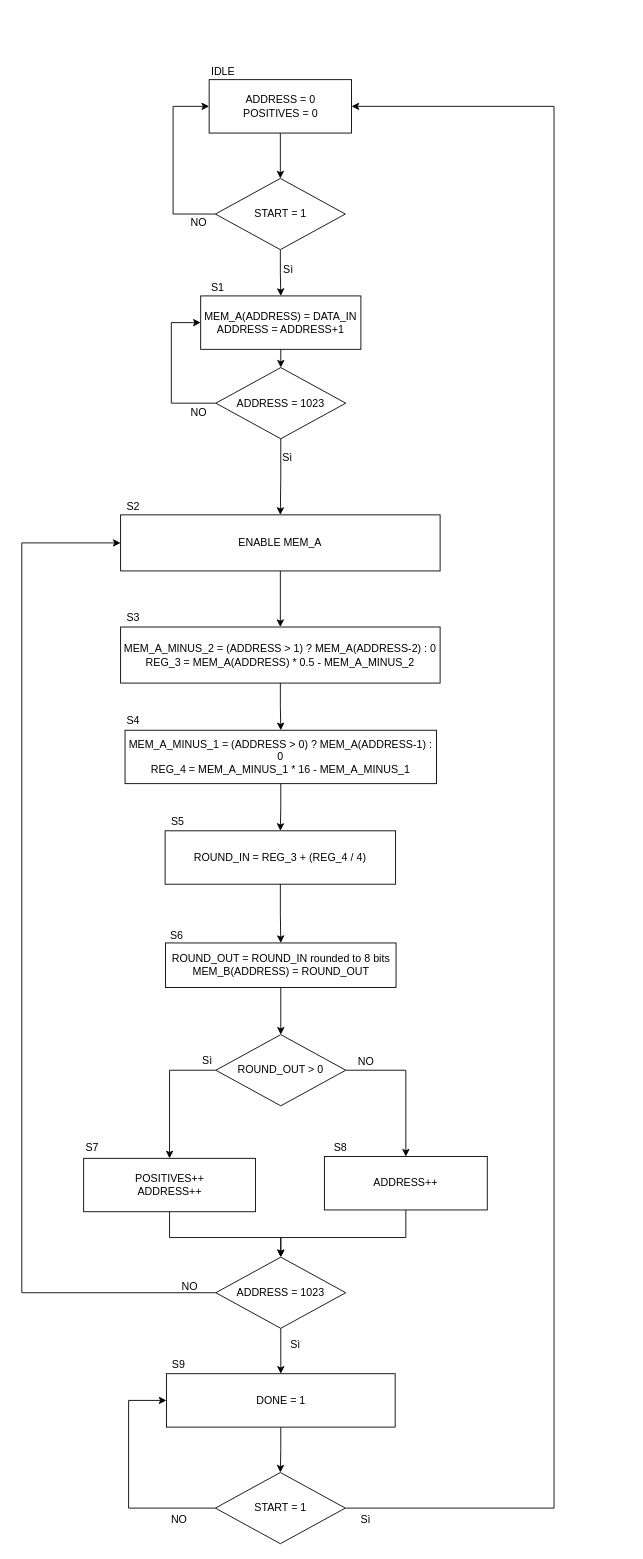
This is lab6/Algorithm ASM.drawio from leobel96/Polito-ESD-NeuralNetwork, a draw.io file, before an edit. Source tidied: cells renumbered, new cells numbered last; positions are measured from the earlier drawing's top-left corner, leaving out a move shared by most shapes. Both pictures are drawn from the tidied source at 89%, with x=0, y=0 at pixel (21, 62).
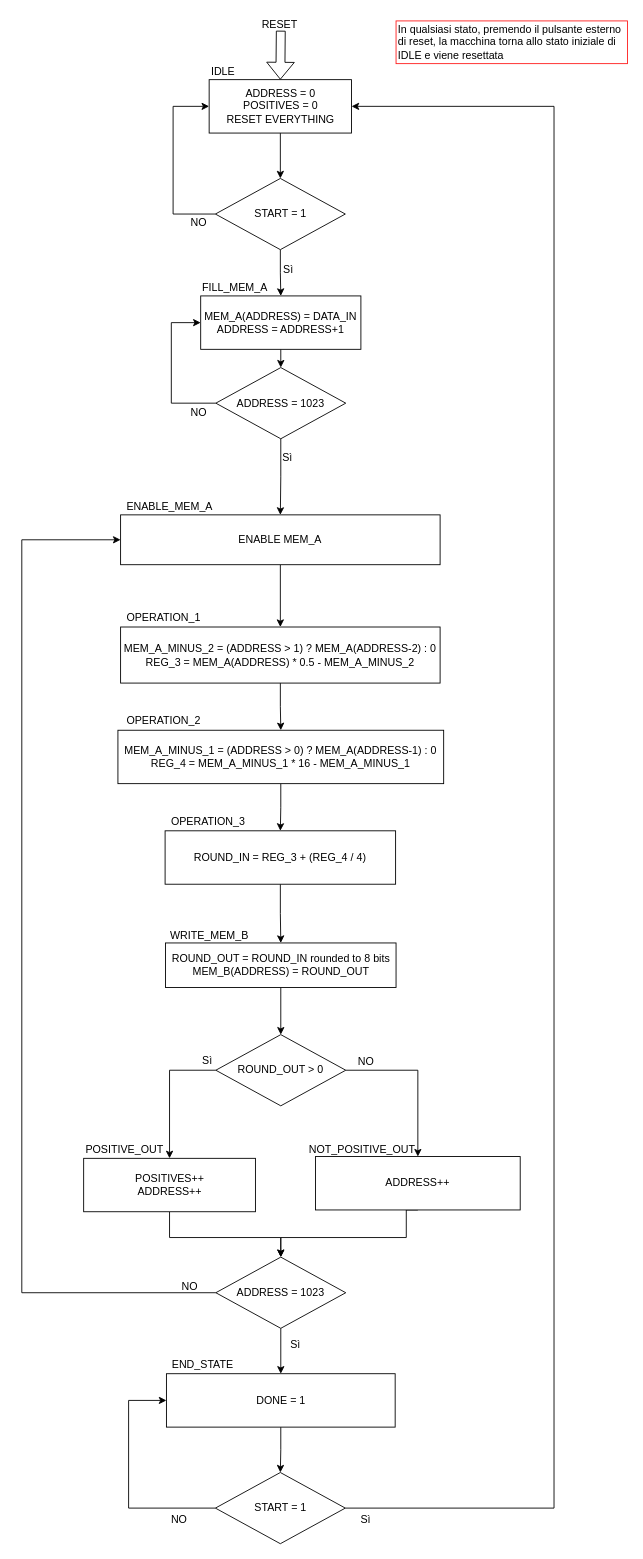
The same page after the edit.

Unchanged cells that the change refers to:
```xml
<mxCell id="21" value="ADDRESS = 1023" style="rhombus;whiteSpace=wrap;html=1;" parent="1" vertex="1">
  <mxGeometry x="218" y="1342" width="146" height="80" as="geometry" />
</mxCell>
```

Change to the diagram source:
```diff
@@
-    <mxCell id="3" value="&lt;div&gt;ADDRESS = 0&lt;/div&gt;&lt;div&gt;POSITIVES = 0&lt;br&gt;&lt;/div&gt;" style="rounded=0;whiteSpace=wrap;html=1;" parent="1" vertex="1">
+    <mxCell id="3" value="&lt;div&gt;ADDRESS = 0&lt;/div&gt;&lt;div&gt;POSITIVES = 0&lt;/div&gt;&lt;div&gt;RESET EVERYTHING&lt;/div&gt;" style="rounded=0;whiteSpace=wrap;html=1;" parent="1" vertex="1">
       <mxGeometry x="210.5" y="19" width="160" height="60" as="geometry" />
     </mxCell>
@@
-    <mxCell id="7" value="S1" style="text;html=1;align=left;verticalAlign=top;spacingTop=-4;" parent="1" vertex="1">
-      <mxGeometry x="210.5" y="243" width="30" height="20" as="geometry" />
+    <mxCell id="7" value="FILL_MEM_A" style="text;html=1;align=left;verticalAlign=top;spacingTop=-4;" parent="1" vertex="1">
+      <mxGeometry x="200.5" y="243" width="80" height="20" as="geometry" />
     </mxCell>
@@
     <mxCell id="15" value="&lt;div&gt;MEM_A_MINUS_1 = (ADDRESS &amp;gt; 0) ? MEM_A(ADDRESS-1) : 0&lt;/div&gt;&lt;div&gt;REG_4 = MEM_A_MINUS_1 * 16 - MEM_A_MINUS_1&lt;/div&gt;" style="rounded=0;whiteSpace=wrap;html=1;" parent="1" vertex="1">
-      <mxGeometry x="116" y="750" width="350" height="60" as="geometry" />
+      <mxGeometry x="108" y="750" width="366" height="60" as="geometry" />
     </mxCell>
@@
     <mxCell id="19" style="edgeStyle=orthogonalEdgeStyle;rounded=0;jettySize=auto;html=1;exitX=0;exitY=0.5;exitDx=0;exitDy=0;entryX=0;entryY=0.5;entryDx=0;entryDy=0;" parent="1" edge="1" source="21" target="55">
       <mxGeometry relative="1" as="geometry">
         <Array as="points">
           <mxPoint y="1382" />
-          <mxPoint y="540" />
+          <mxPoint y="536" />
         </Array>
       </mxGeometry>
     </mxCell>
@@
-    <mxCell id="32" value="S3" style="text;html=1;align=left;verticalAlign=top;spacingTop=-4;" parent="1" vertex="1">
-      <mxGeometry x="116" y="614" width="30" height="20" as="geometry" />
+    <mxCell id="32" value="OPERATION_1" style="text;html=1;align=left;verticalAlign=top;spacingTop=-4;" parent="1" vertex="1">
+      <mxGeometry x="116" y="614" width="100" height="20" as="geometry" />
     </mxCell>
-    <mxCell id="33" value="S4" style="text;html=1;align=left;verticalAlign=top;spacingTop=-4;" parent="1" vertex="1">
-      <mxGeometry x="116" y="730" width="30" height="20" as="geometry" />
+    <mxCell id="33" value="OPERATION_2" style="text;html=1;align=left;verticalAlign=top;spacingTop=-4;" parent="1" vertex="1">
+      <mxGeometry x="116" y="730" width="100" height="20" as="geometry" />
     </mxCell>
-    <mxCell id="34" value="S5" style="text;html=1;align=left;verticalAlign=top;spacingTop=-4;" parent="1" vertex="1">
-      <mxGeometry x="166" y="843" width="30" height="20" as="geometry" />
+    <mxCell id="34" value="OPERATION_3" style="text;html=1;align=left;verticalAlign=top;spacingTop=-4;" parent="1" vertex="1">
+      <mxGeometry x="166" y="843" width="100" height="20" as="geometry" />
     </mxCell>
@@
-    <mxCell id="42" value="S7" style="text;html=1;align=left;verticalAlign=top;spacingTop=-4;" parent="1" vertex="1">
-      <mxGeometry x="69.5" y="1208.5" width="30" height="20" as="geometry" />
+    <mxCell id="42" value="POSITIVE_OUT" style="text;html=1;align=left;verticalAlign=top;spacingTop=-4;" parent="1" vertex="1">
+      <mxGeometry x="69.5" y="1210.5" width="100" height="20" as="geometry" />
     </mxCell>
-    <mxCell id="43" value="S9" style="text;html=1;align=left;verticalAlign=top;spacingTop=-4;" parent="1" vertex="1">
-      <mxGeometry x="166.5" y="1453" width="30" height="20" as="geometry" />
+    <mxCell id="43" value="END_STATE" style="text;html=1;align=left;verticalAlign=top;spacingTop=-4;" parent="1" vertex="1">
+      <mxGeometry x="166.5" y="1453" width="80" height="20" as="geometry" />
     </mxCell>
@@
-    <mxCell id="46" value="S6" style="text;html=1;align=left;verticalAlign=top;spacingTop=-4;" parent="1" vertex="1">
-      <mxGeometry x="165" y="971" width="30" height="20" as="geometry" />
+    <mxCell id="46" value="WRITE_MEM_B" style="text;html=1;align=left;verticalAlign=top;spacingTop=-4;" parent="1" vertex="1">
+      <mxGeometry x="165" y="971" width="100" height="20" as="geometry" />
     </mxCell>
@@
     <mxCell id="48" value="&lt;div&gt;&lt;div&gt;&lt;div&gt;ADDRESS++&lt;/div&gt;&lt;/div&gt;&lt;/div&gt;" style="rounded=0;whiteSpace=wrap;html=1;" parent="1" vertex="1">
-      <mxGeometry x="340" y="1229" width="183" height="60" as="geometry" />
+      <mxGeometry x="330" y="1229" width="230" height="60" as="geometry" />
     </mxCell>
-    <mxCell id="49" value="S8" style="text;html=1;align=left;verticalAlign=top;spacingTop=-4;" parent="1" vertex="1">
-      <mxGeometry x="349" y="1208.5" width="30" height="20" as="geometry" />
+    <mxCell id="49" value="NOT_POSITIVE_OUT" style="text;html=1;align=left;verticalAlign=top;spacingTop=-4;" parent="1" vertex="1">
+      <mxGeometry x="320.5" y="1210.5" width="130" height="20" as="geometry" />
     </mxCell>
@@
     <mxCell id="55" value="ENABLE MEM_A" style="rounded=0;whiteSpace=wrap;html=1;" parent="1" vertex="1">
-      <mxGeometry x="111" y="508" width="359" height="63" as="geometry" />
+      <mxGeometry x="111" y="508" width="359" height="56" as="geometry" />
     </mxCell>
-    <mxCell id="56" value="S2" style="text;html=1;align=left;verticalAlign=top;spacingTop=-4;direction=south;" parent="1" vertex="1">
-      <mxGeometry x="116" y="489" width="20" height="30" as="geometry" />
+    <mxCell id="56" value="ENABLE_MEM_A" style="text;html=1;align=left;verticalAlign=top;spacingTop=-4;direction=south;" parent="1" vertex="1">
+      <mxGeometry x="116" y="489" width="110" height="20" as="geometry" />
     </mxCell>
+    <mxCell id="57" value="&lt;div&gt;In qualsiasi stato, premendo il pulsante esterno &lt;br&gt;&lt;/div&gt;&lt;div&gt;di reset, la macchina torna allo stato iniziale di&lt;/div&gt;&lt;div&gt;IDLE e viene resettata&lt;br&gt;&lt;/div&gt;" style="text;html=1;align=left;verticalAlign=top;spacingTop=-4;strokeColor=#FF1C1C;" parent="1" vertex="1">
+      <mxGeometry x="420.5" y="-47" width="260" height="48" as="geometry" />
+    </mxCell>
+    <mxCell id="58" style="shape=flexArrow;endArrow=classic;html=1;entryX=0.5;entryY=0;entryDx=0;entryDy=0;" parent="1" edge="1" target="3">
+      <mxGeometry relative="1" as="geometry">
+        <mxPoint x="291" y="-36" as="sourcePoint" />
+      </mxGeometry>
+    </mxCell>
+    <mxCell id="59" value="RESET" style="text;html=1;align=left;verticalAlign=top;spacingTop=-4;" parent="1" vertex="1">
+      <mxGeometry x="268" y="-53" width="60" height="20" as="geometry" />
+    </mxCell>
```
